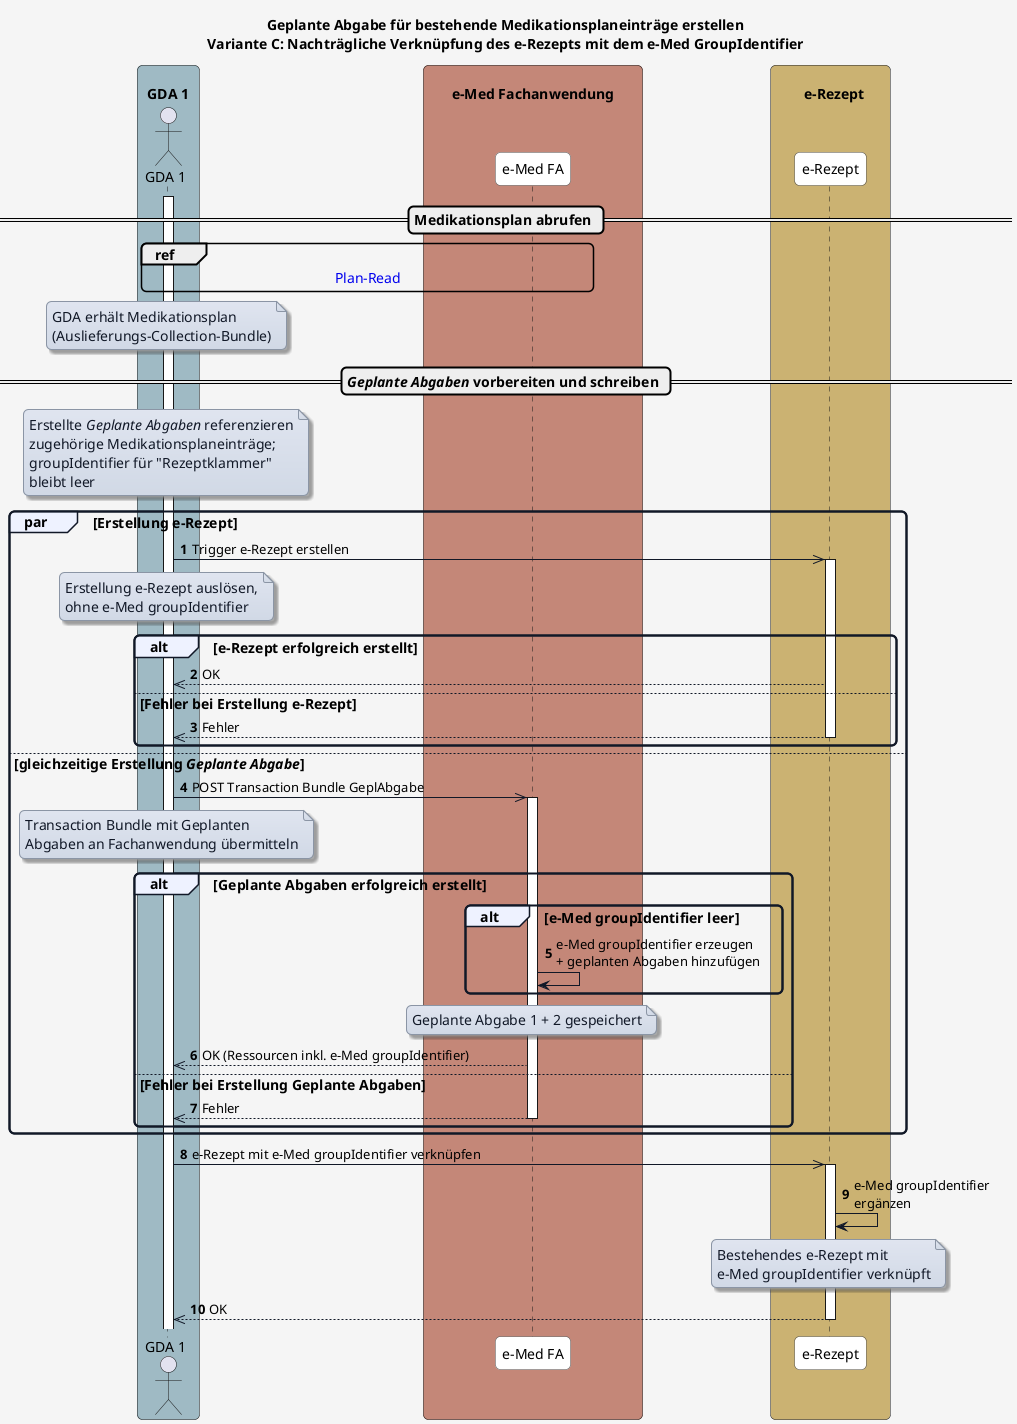
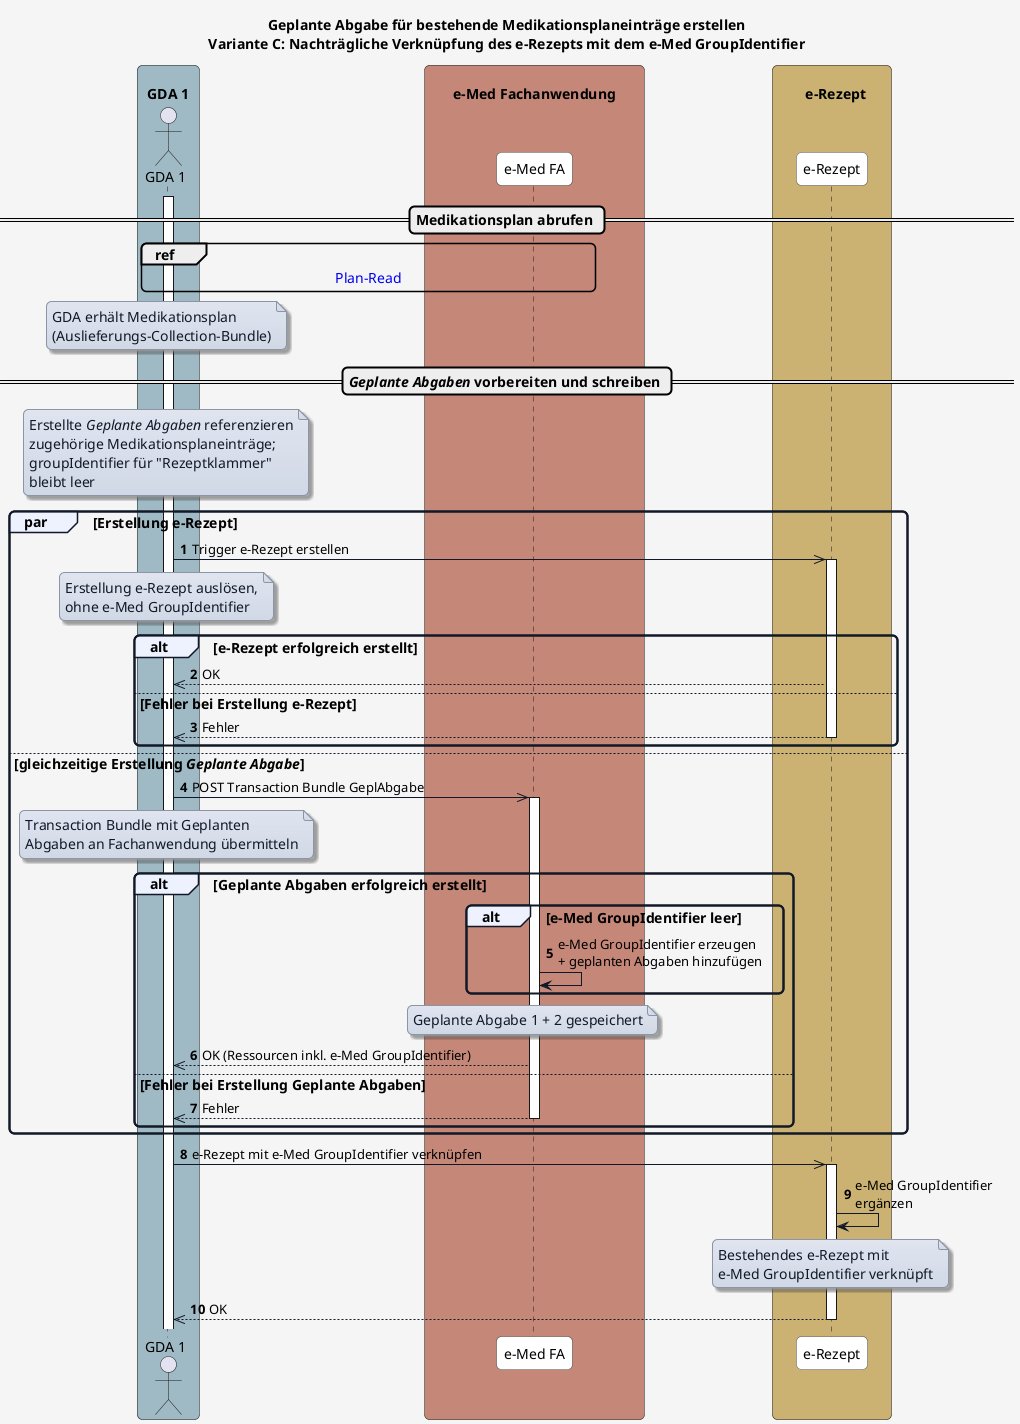
@startuml

title Geplante Abgabe für bestehende Medikationsplaneinträge erstellen\nVariante C: Nachträgliche Verknüpfung des e-Rezepts mit dem e-Med GroupIdentifier

skinparam borderColor #000000
skinparam backgroundColor #f5f5f5
skinparam shadowing false
skinparam roundCorner 10
skinparam defaultFontName "Arial"
skinparam defaultFontSize 14
skinparam defaultFontColor #000000

skinparam note {
  BackgroundColor #e0e5f0-#d1d9e6
  BorderColor #8b95a5
  BorderThickness 1
  RoundCorner 8
  Padding 6
  FontColor #111827
  Shadowing true
}

skinparam HyperlinkColor #0000EE
skinparam HyperlinkUnderline false

skinparam sequence {
  ParticipantBorderColor #555555
  ParticipantBackgroundColor #ffffff
  ParticipantFontColor #000000
  ParticipantFontSize 14
  ParticipantPadding 20
  ArrowColor #111827
  ArrowThickness 1
  ArrowFontColor #000000
  ArrowFontSize 13
  GroupBorderColor #111827
  GroupBackgroundColor #eef2ff
  GroupBorderThickness 2
}

skinparam BoxPadding 20
skinparam BoxBorderColor #555555

box "\n  GDA 1  " #9fbac4
  actor GDA_1 as "GDA 1"
end box

box "\n       e-Med Fachanwendung       " #C48778
  participant eMed_FA as "e-Med FA"
end box

box "\n    e-Rezept  " #cbb272
  participant e_Rezept as "e-Rezept"
end box

autonumber

== Medikationsplan abrufen ==

activate GDA_1
ref over GDA_1, eMed_FA : [[interactions.html#sequenzdiagramm-plan-read Plan-Read]]


note over GDA_1
GDA erhält Medikationsplan
(Auslieferungs-Collection-Bundle)
end note

== <i>Geplante Abgaben</i> vorbereiten und schreiben ==

note over GDA_1
Erstellte <i>Geplante Abgaben</i> referenzieren
zugehörige Medikationsplaneinträge;
groupIdentifier für "Rezeptklammer"
bleibt leer
end note


par Erstellung e-Rezept

  GDA_1 ->> e_Rezept: Trigger e-Rezept erstellen
  activate e_Rezept
  note over GDA_1
  Erstellung e-Rezept auslösen,
-   ohne e-Med groupIdentifier
+   ohne e-Med GroupIdentifier
  end note

  alt e-Rezept erfolgreich erstellt
    e_Rezept -->> GDA_1: OK

  else Fehler bei Erstellung e-Rezept
    e_Rezept -->> GDA_1: Fehler
    deactivate e_Rezept
  end

else gleichzeitige Erstellung <i>Geplante Abgabe</i>

  GDA_1 ->> eMed_FA: POST Transaction Bundle GeplAbgabe

  activate eMed_FA
  note over GDA_1
    Transaction Bundle mit Geplanten
    Abgaben an Fachanwendung übermitteln
  end note

  alt Geplante Abgaben erfolgreich erstellt

-     alt e-Med groupIdentifier leer
-       eMed_FA -> eMed_FA: e-Med groupIdentifier erzeugen\n+ geplanten Abgaben hinzufügen
+     alt e-Med GroupIdentifier leer
+       eMed_FA -> eMed_FA: e-Med GroupIdentifier erzeugen\n+ geplanten Abgaben hinzufügen
    end

    note over eMed_FA
    Geplante Abgabe 1 + 2 gespeichert
    end note

-     eMed_FA -->> GDA_1: OK (Ressourcen inkl. e-Med groupIdentifier)
+     eMed_FA -->> GDA_1: OK (Ressourcen inkl. e-Med GroupIdentifier)

  else Fehler bei Erstellung Geplante Abgaben
    eMed_FA -->> GDA_1: Fehler
    deactivate eMed_FA

  end

end

- GDA_1 ->> e_Rezept: e-Rezept mit e-Med groupIdentifier verknüpfen
+ GDA_1 ->> e_Rezept: e-Rezept mit e-Med GroupIdentifier verknüpfen
  activate e_Rezept
-   e_Rezept -> e_Rezept: e-Med groupIdentifier\nergänzen
+   e_Rezept -> e_Rezept: e-Med GroupIdentifier\nergänzen
  note over e_Rezept
    Bestehendes e-Rezept mit
-     e-Med groupIdentifier verknüpft
+     e-Med GroupIdentifier verknüpft
  end note
  e_Rezept -->> GDA_1: OK
  deactivate e_Rezept

@enduml